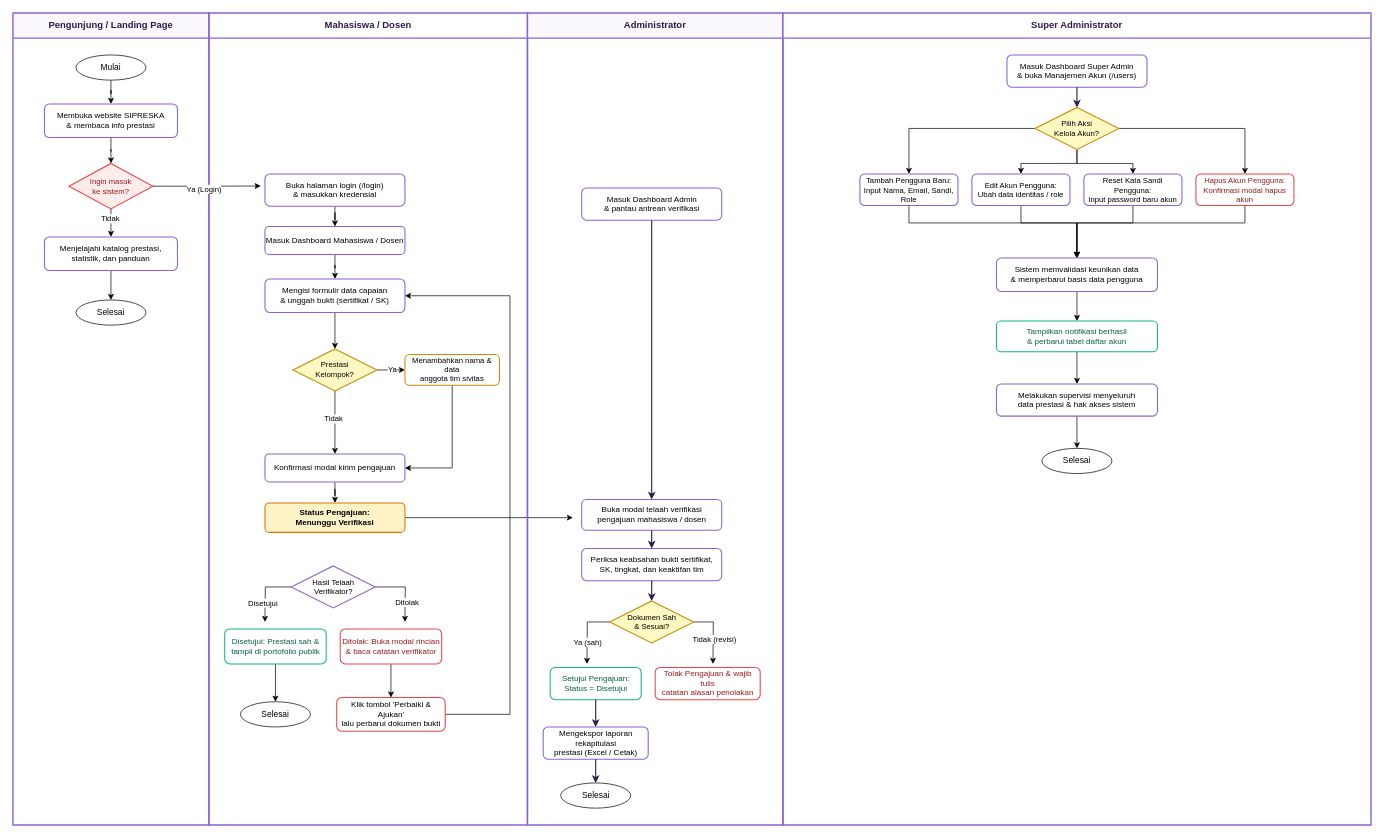
This is flowchart_sipreska.drawio from injanirevi/SIPRESKA, a draw.io file, before an edit. Source tidied: cells renumbered, new cells numbered last; positions are measured from the earlier drawing's top-left corner, leaving out a move shared by most shapes. Both pictures are drawn from the tidied source at 70%, with x=0, y=0 at pixel (13, 13).
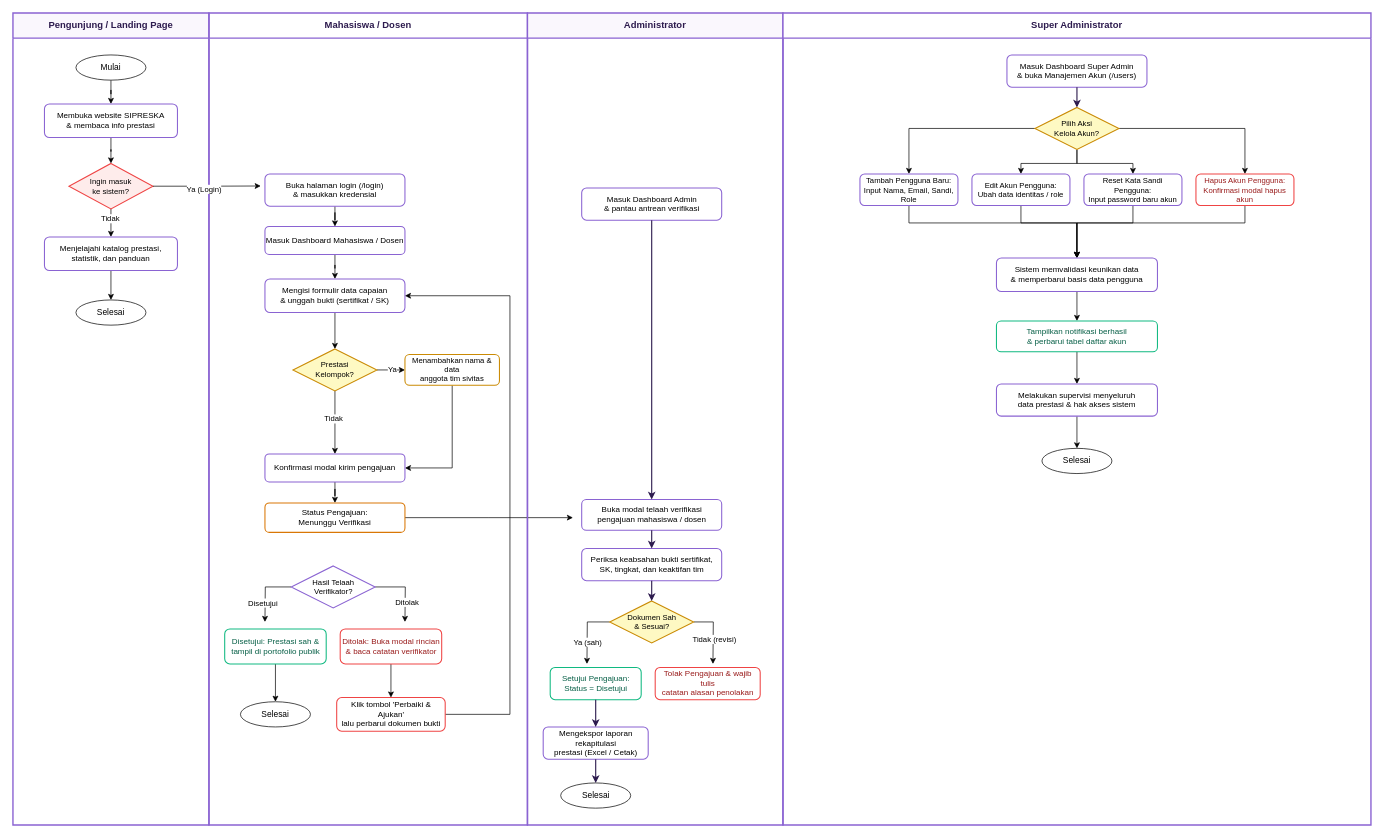
The same diagram, later.

The change refers to these unchanged cells:
```xml
<mxCell id="4" value="Mahasiswa / Dosen" style="swimlane;whiteSpace=wrap;html=1;startSize=36;horizontal=1;fillColor=none;strokeColor=#8A63D2;strokeWidth=2;fontSize=13.5;fontStyle=1;fontColor=#2D1B4E;" parent="1" vertex="1">
  <mxGeometry x="280" width="455" height="1160" as="geometry" />
</mxCell>
```

The edit, as a diff of the source:
```diff
@@
-    <mxCell id="21" value="Status Pengajuan:&#10;Menunggu Verifikasi" style="rounded=1;whiteSpace=wrap;html=1;fillColor=#FEF3C7;strokeColor=#D97706;strokeWidth=1.5;fontSize=11.5;fontStyle=1;fontColor=#000000;" parent="4" vertex="1">
+    <mxCell id="21" value="&lt;span style=&quot;font-weight: normal;&quot;&gt;Status Pengajuan:&lt;br&gt;Menunggu Verifikasi&lt;/span&gt;" style="rounded=1;whiteSpace=wrap;html=1;fillColor=#FFFFFF;strokeColor=#D97706;strokeWidth=1.5;fontSize=11.5;fontStyle=1;fontColor=#000000;" parent="4" vertex="1">
       <mxGeometry x="80" y="700" width="200" height="42" as="geometry" />
     </mxCell>
@@
-    <mxCell id="82" value="Ingin masuk&#10;ke sistem?" style="rhombus;whiteSpace=wrap;html=1;fillColor=#FEECEB;strokeColor=#EF4444;strokeWidth=1.5;fontSize=11;fontColor=#991B1B;" parent="1" vertex="1">
+    <mxCell id="82" value="Ingin masuk&#10;ke sistem?" style="rhombus;whiteSpace=wrap;html=1;fillColor=#FEECEB;strokeColor=#EF4444;strokeWidth=1.5;fontSize=11;fontColor=#000000;" parent="1" vertex="1">
       <mxGeometry x="80" y="215" width="120" height="65" as="geometry" />
     </mxCell>
```
